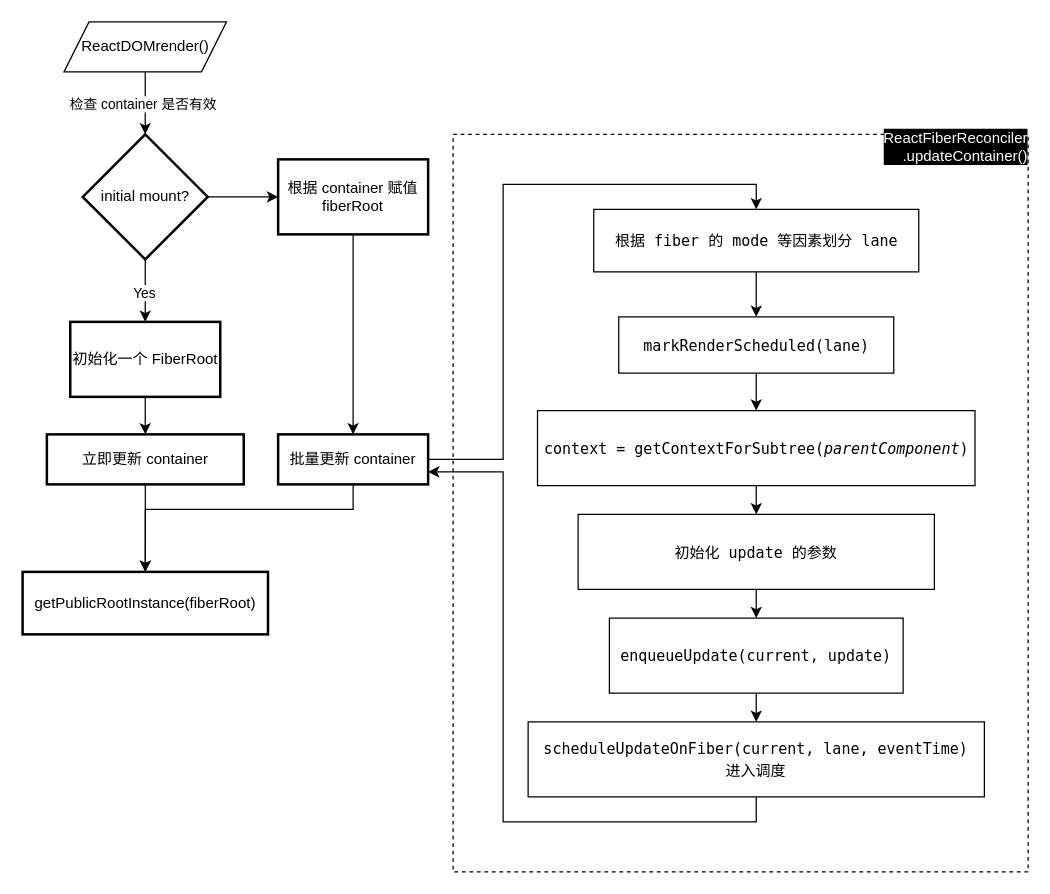
Before: docs/flow-charts/ReactDOM-render.drawio in llliuxiaowen/react-interpretation, a draw.io diagram. Source tidied: cells renumbered, new cells numbered last; positions are measured from the earlier drawing's top-left corner, leaving out a move shared by most shapes. Both pictures are drawn from the tidied source at 125%, with x=0, y=0 at pixel (22, 21).
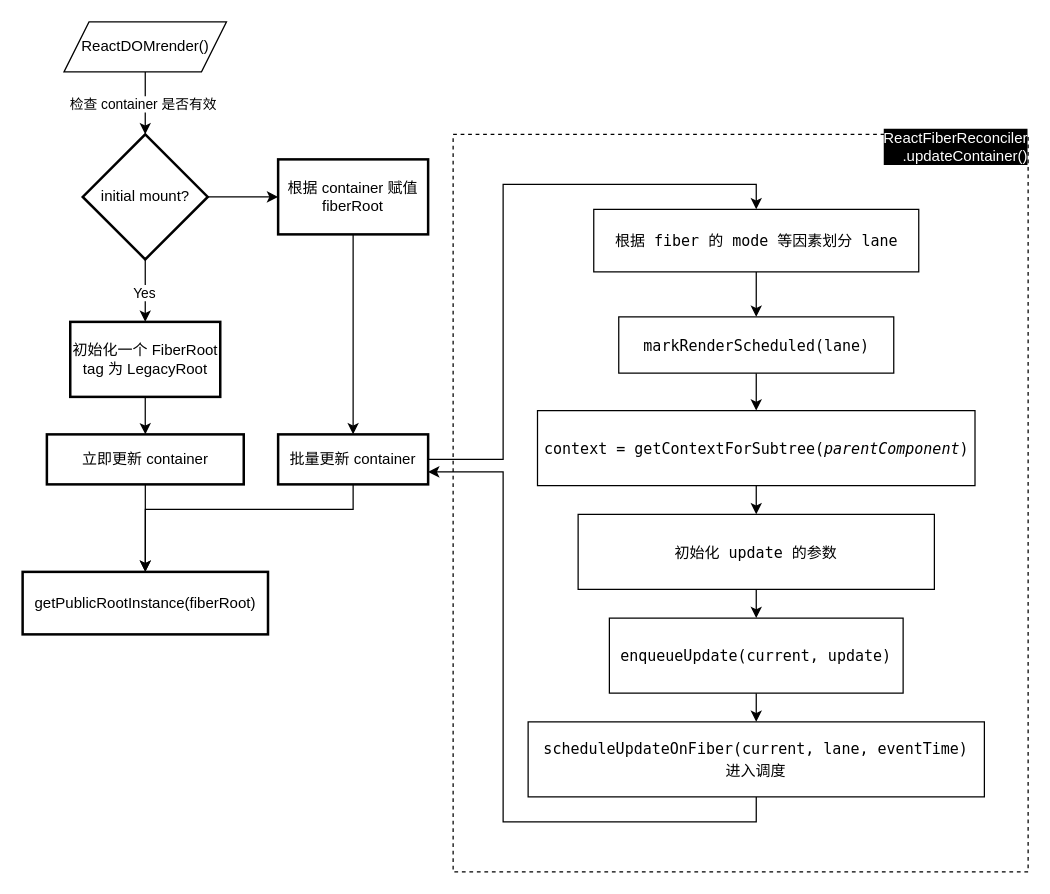
After the change.

Commit message (it also covers changes not shown here):
feat: add statements for jsx and render

The edit, as a diff of the source:
```diff
@@
-    <mxCell id="11" value="初始化一个 FiberRoot" style="whiteSpace=wrap;html=1;strokeWidth=2;" parent="1" vertex="1">
+    <mxCell id="11" value="初始化一个 FiberRoot&lt;br&gt;tag 为 LegacyRoot" style="whiteSpace=wrap;html=1;strokeWidth=2;" parent="1" vertex="1">
       <mxGeometry x="37.7" y="240" width="120" height="60" as="geometry" />
     </mxCell>
```
